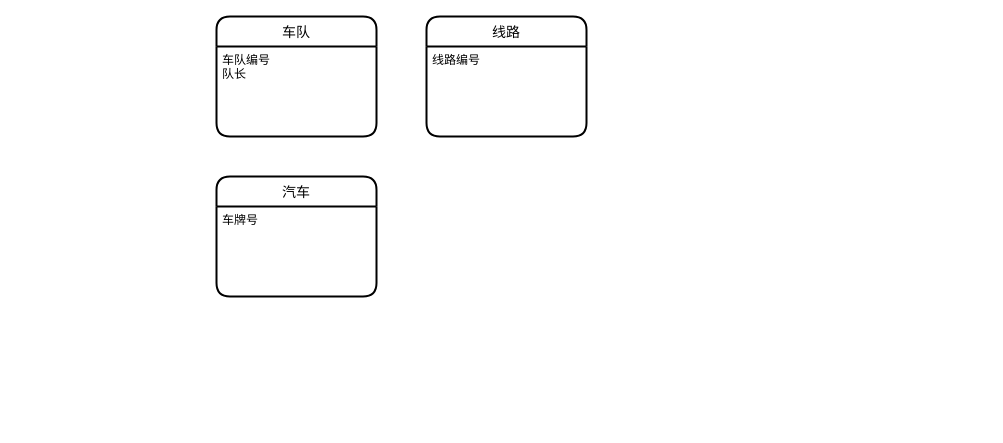
yyq2215986391/Just-fine keeps this draw.io diagram as Untitled Diagram.drawio. Above is the earlier version. Source tidied: cells renumbered, new cells numbered last; positions are measured from the earlier drawing's top-left corner, leaving out a move shared by most shapes. Both pictures are drawn from the tidied source at 100%, with x=0, y=0 at pixel (216, 16).
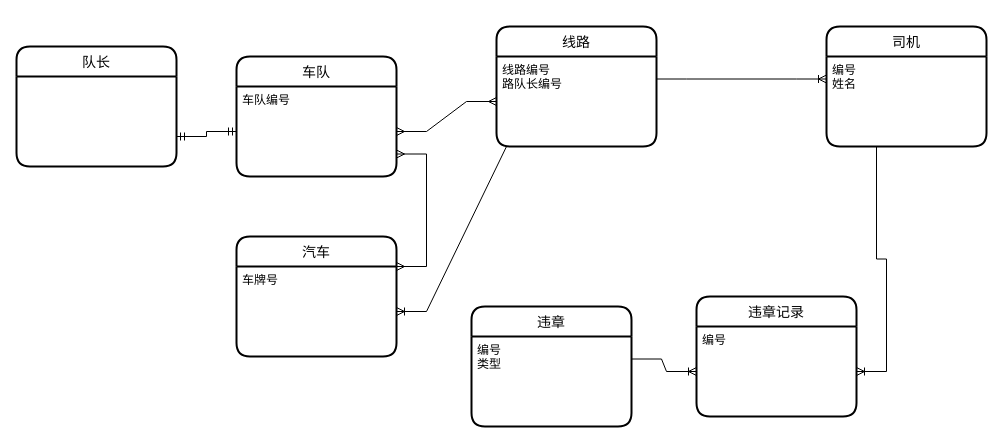
Above is the later version.

The change refers to these unchanged cells:
```xml
<mxCell id="7" value="车牌号" style="align=left;strokeColor=none;fillColor=none;spacingLeft=4;fontSize=12;verticalAlign=top;" parent="6" vertex="1">
  <mxGeometry y="30" width="160" height="90" as="geometry" />
</mxCell>
```

Diff of the diagram source:
```diff
@@
     <mxCell id="2" value="车队" style="swimlane;horizontal=1;startSize=30;rounded=1;fontSize=14;fontStyle=0;strokeWidth=2;shadow=0;dashed=0;align=center;" parent="1" vertex="1">
-      <mxGeometry width="160" height="120" as="geometry" />
+      <mxGeometry x="20" y="40" width="160" height="120" as="geometry" />
     </mxCell>
-    <mxCell id="3" value="车队编号&#10;队长" style="align=left;strokeColor=none;fillColor=none;spacingLeft=4;fontSize=12;verticalAlign=top;" parent="2" vertex="1">
+    <mxCell id="3" value="车队编号" style="align=left;strokeColor=none;fillColor=none;spacingLeft=4;fontSize=12;verticalAlign=top;" parent="2" vertex="1">
       <mxGeometry y="30" width="160" height="90" as="geometry" />
     </mxCell>
     <mxCell id="4" value="线路" style="swimlane;horizontal=1;startSize=30;rounded=1;fontSize=14;fontStyle=0;strokeWidth=2;shadow=0;dashed=0;align=center;" parent="1" vertex="1">
-      <mxGeometry x="210" width="160" height="120" as="geometry" />
+      <mxGeometry x="280" y="10" width="160" height="120" as="geometry" />
     </mxCell>
-    <mxCell id="5" value="线路编号" style="align=left;strokeColor=none;fillColor=none;spacingLeft=4;fontSize=12;verticalAlign=top;" parent="4" vertex="1">
+    <mxCell id="5" value="线路编号&#10;路队长编号" style="align=left;strokeColor=none;fillColor=none;spacingLeft=4;fontSize=12;verticalAlign=top;" parent="4" vertex="1">
       <mxGeometry y="30" width="160" height="90" as="geometry" />
     </mxCell>
     <mxCell id="6" value="汽车" style="swimlane;horizontal=1;startSize=30;rounded=1;fontSize=14;fontStyle=0;strokeWidth=2;shadow=0;dashed=0;align=center;" parent="1" vertex="1">
-      <mxGeometry y="160" width="160" height="120" as="geometry" />
+      <mxGeometry x="20" y="220" width="160" height="120" as="geometry" />
     </mxCell>
@@
+    <mxCell id="8" value="违章记录" style="swimlane;horizontal=1;startSize=30;rounded=1;fontSize=14;fontStyle=0;strokeWidth=2;shadow=0;dashed=0;align=center;" parent="1" vertex="1">
+      <mxGeometry x="480" y="280" width="160" height="120" as="geometry" />
+    </mxCell>
+    <mxCell id="9" value="编号&#10;" style="align=left;strokeColor=none;fillColor=none;spacingLeft=4;fontSize=12;verticalAlign=top;" parent="8" vertex="1">
+      <mxGeometry y="30" width="160" height="90" as="geometry" />
+    </mxCell>
+    <mxCell id="10" value="司机" style="swimlane;horizontal=1;startSize=30;rounded=1;fontSize=14;fontStyle=0;strokeWidth=2;shadow=0;dashed=0;align=center;" parent="1" vertex="1">
+      <mxGeometry x="610" y="10" width="160" height="120" as="geometry" />
+    </mxCell>
+    <mxCell id="11" value="编号&#10;姓名" style="align=left;strokeColor=none;fillColor=none;spacingLeft=4;fontSize=12;verticalAlign=top;" parent="10" vertex="1">
+      <mxGeometry y="30" width="160" height="90" as="geometry" />
+    </mxCell>
+    <mxCell id="12" value="队长" style="swimlane;horizontal=1;startSize=30;rounded=1;fontSize=14;fontStyle=0;strokeWidth=2;shadow=0;dashed=0;align=center;" parent="1" vertex="1">
+      <mxGeometry x="-200" y="30" width="160" height="120" as="geometry" />
+    </mxCell>
+    <mxCell id="13" style="edgeStyle=entityRelationEdgeStyle;fontSize=12;html=1;endArrow=ERmany;startArrow=ERmany;rounded=0;entryX=0;entryY=0.5;entryDx=0;entryDy=0;" parent="1" edge="1" source="3" target="5">
+      <mxGeometry relative="1" as="geometry" />
+    </mxCell>
+    <mxCell id="14" style="edgeStyle=entityRelationEdgeStyle;fontSize=12;html=1;endArrow=ERmandOne;startArrow=ERmandOne;rounded=0;entryX=1;entryY=0.75;entryDx=0;entryDy=0;exitX=0;exitY=0.5;exitDx=0;exitDy=0;" parent="1" edge="1" source="3" target="12">
+      <mxGeometry relative="1" as="geometry" />
+    </mxCell>
+    <mxCell id="15" style="edgeStyle=entityRelationEdgeStyle;fontSize=12;html=1;endArrow=ERmany;startArrow=ERmany;rounded=0;entryX=1;entryY=0.75;entryDx=0;entryDy=0;exitX=1;exitY=0;exitDx=0;exitDy=0;" parent="1" edge="1" source="7" target="3">
+      <mxGeometry relative="1" as="geometry" />
+    </mxCell>
+    <mxCell id="16" style="edgeStyle=entityRelationEdgeStyle;fontSize=12;html=1;endArrow=ERoneToMany;rounded=0;exitX=0.25;exitY=1;exitDx=0;exitDy=0;entryX=1;entryY=0.5;entryDx=0;entryDy=0;" parent="1" edge="1" source="5" target="7">
+      <mxGeometry relative="1" as="geometry" />
+    </mxCell>
+    <mxCell id="17" style="edgeStyle=entityRelationEdgeStyle;fontSize=12;html=1;endArrow=ERoneToMany;rounded=0;entryX=0;entryY=0.25;entryDx=0;entryDy=0;exitX=1;exitY=0.25;exitDx=0;exitDy=0;" parent="1" edge="1" source="5" target="11">
+      <mxGeometry relative="1" as="geometry" />
+    </mxCell>
+    <mxCell id="18" style="edgeStyle=entityRelationEdgeStyle;fontSize=12;html=1;endArrow=ERoneToMany;rounded=0;exitX=0.5;exitY=1;exitDx=0;exitDy=0;entryX=1;entryY=0.5;entryDx=0;entryDy=0;" parent="1" edge="1" source="11" target="9">
+      <mxGeometry relative="1" as="geometry" />
+    </mxCell>
+    <mxCell id="19" value="违章" style="swimlane;horizontal=1;startSize=30;rounded=1;fontSize=14;fontStyle=0;strokeWidth=2;shadow=0;dashed=0;align=center;" parent="1" vertex="1">
+      <mxGeometry x="255" y="290" width="160" height="120" as="geometry" />
+    </mxCell>
+    <mxCell id="20" value="编号&#10;类型" style="align=left;strokeColor=none;fillColor=none;spacingLeft=4;fontSize=12;verticalAlign=top;" parent="19" vertex="1">
+      <mxGeometry y="30" width="160" height="90" as="geometry" />
+    </mxCell>
+    <mxCell id="21" style="edgeStyle=entityRelationEdgeStyle;fontSize=12;html=1;endArrow=ERoneToMany;rounded=0;exitX=1;exitY=0.25;exitDx=0;exitDy=0;entryX=0;entryY=0.5;entryDx=0;entryDy=0;" parent="1" edge="1" source="20" target="9">
+      <mxGeometry relative="1" as="geometry" />
+    </mxCell>
```
